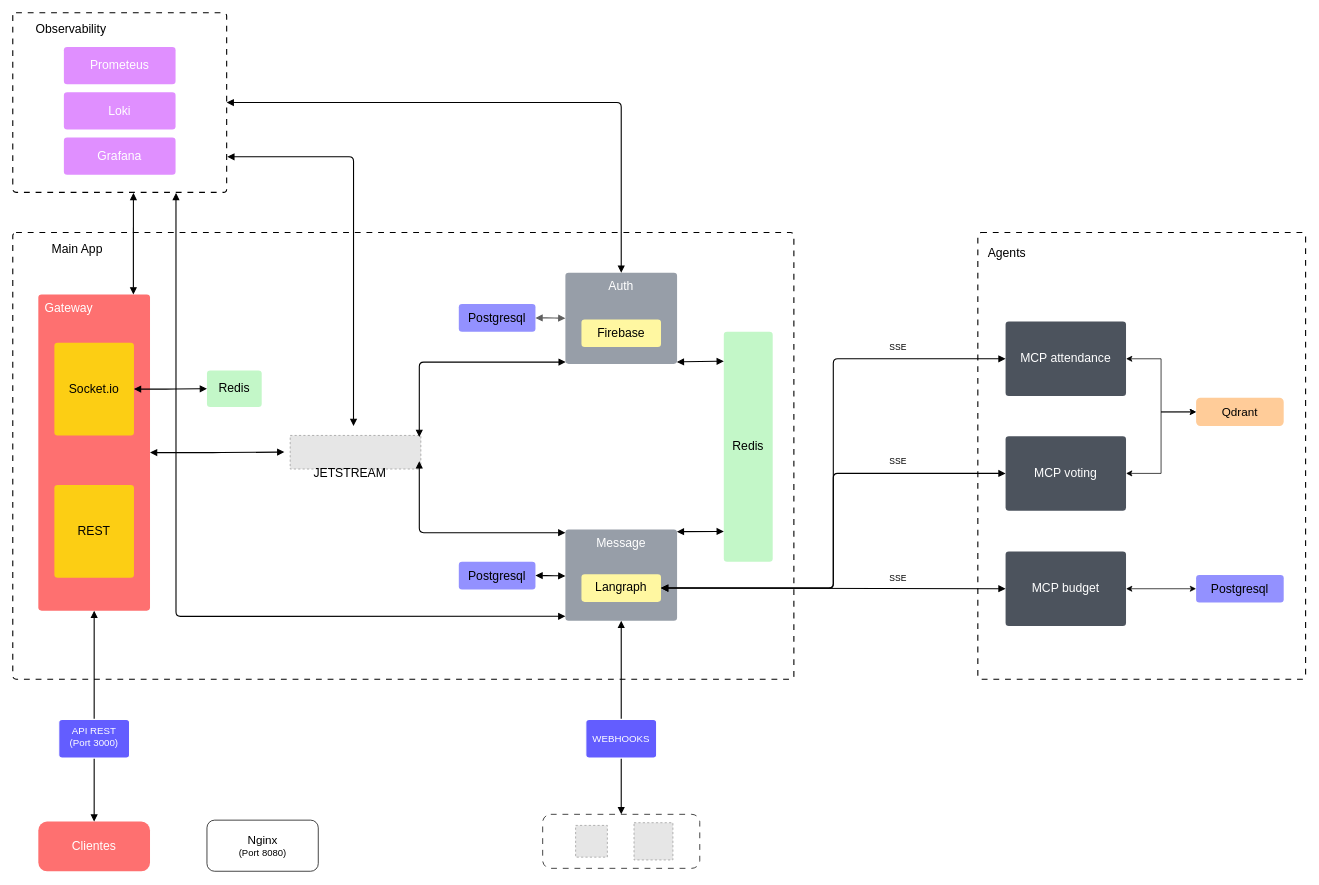
Before: others/z_arquitectura.drawio in NahumFGz/tesismaestriauni-launcher, a draw.io diagram. Source tidied: cells renumbered, new cells numbered last; positions are measured from the earlier drawing's top-left corner, leaving out a move shared by most shapes. Both pictures are drawn from the tidied source at 73%, with x=0, y=0 at pixel (12, 12). Pictures stored in the file or linked from it are replaced by grey dashed boxes.
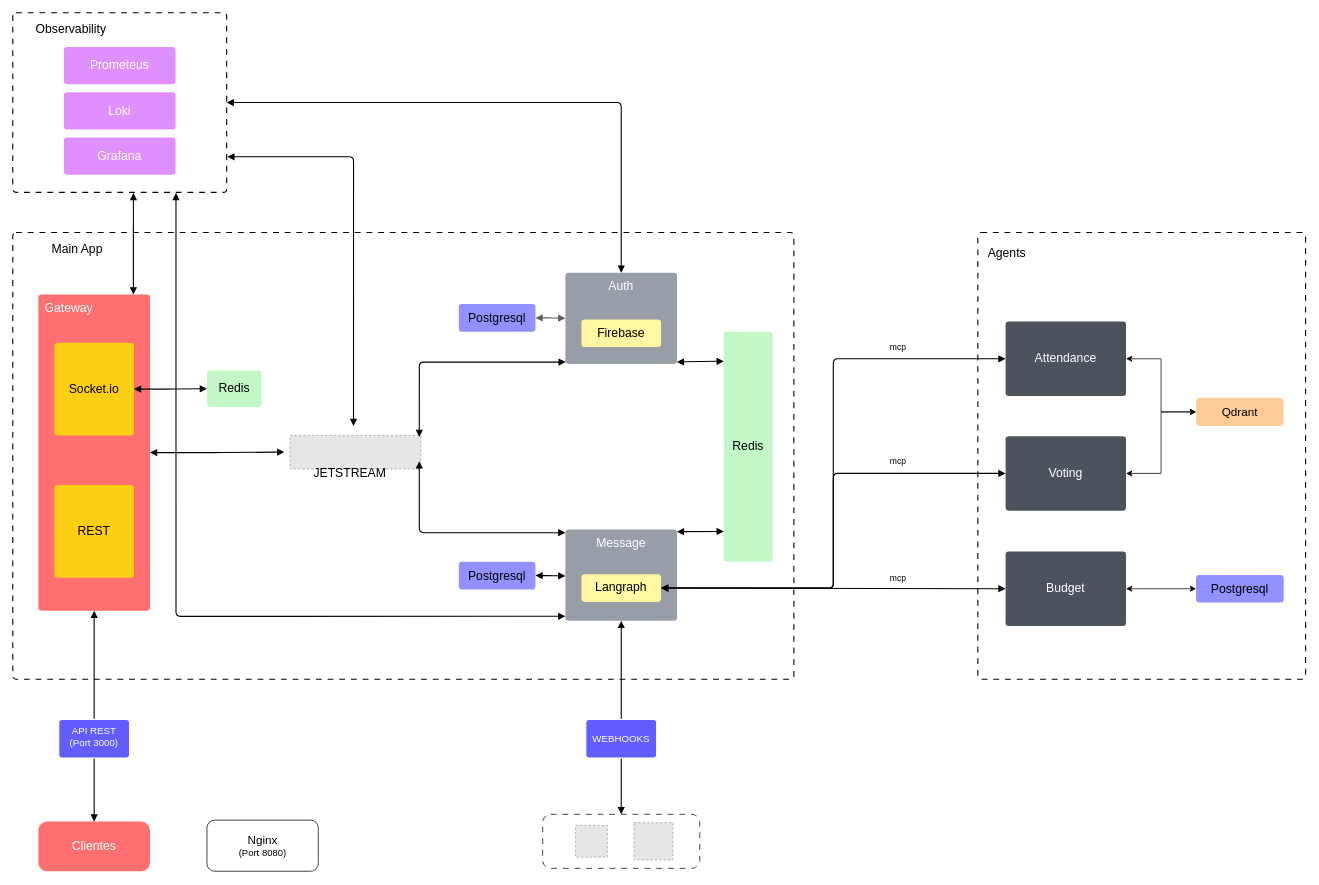
The same diagram, later.

Commit message (it also covers changes not shown here):
feat: :zap: Actualización de arquitectura

Diff of the diagram source:
```diff
@@
-    <mxCell id="32" value="MCP voting" style="html=1;overflow=block;blockSpacing=1;whiteSpace=wrap;fontSize=16.7;fontColor=#ffffff;fontStyle=0;align=center;spacing=9;strokeOpacity=0;fillOpacity=100;rounded=1;absoluteArcSize=1;arcSize=9;fillColor=#4c535d;strokeWidth=1.5;lucidId=AWLcgVHqaEJb;" parent="1" vertex="1">
+    <mxCell id="32" value="Voting" style="html=1;overflow=block;blockSpacing=1;whiteSpace=wrap;fontSize=16.7;fontColor=#ffffff;fontStyle=0;align=center;spacing=9;strokeOpacity=0;fillOpacity=100;rounded=1;absoluteArcSize=1;arcSize=9;fillColor=#4c535d;strokeWidth=1.5;lucidId=AWLcgVHqaEJb;" parent="1" vertex="1">
       <mxGeometry x="1360" y="580" width="165" height="102" as="geometry" />
     </mxCell>
@@
-    <mxCell id="34" value="MCP budget" style="html=1;overflow=block;blockSpacing=1;whiteSpace=wrap;fontSize=16.7;fontColor=#ffffff;fontStyle=0;align=center;spacing=9;strokeOpacity=0;fillOpacity=100;rounded=1;absoluteArcSize=1;arcSize=9;fillColor=#4c535d;strokeWidth=1.5;lucidId=kXLc-Uf29qqT;" parent="1" vertex="1">
+    <mxCell id="34" value="Budget" style="html=1;overflow=block;blockSpacing=1;whiteSpace=wrap;fontSize=16.7;fontColor=#ffffff;fontStyle=0;align=center;spacing=9;strokeOpacity=0;fillOpacity=100;rounded=1;absoluteArcSize=1;arcSize=9;fillColor=#4c535d;strokeWidth=1.5;lucidId=kXLc-Uf29qqT;" parent="1" vertex="1">
       <mxGeometry x="1360" y="738" width="165" height="102" as="geometry" />
     </mxCell>
@@
-    <mxCell id="36" value="MCP attendance" style="html=1;overflow=block;blockSpacing=1;whiteSpace=wrap;fontSize=16.7;fontColor=#ffffff;fontStyle=0;align=center;spacing=9;strokeOpacity=0;fillOpacity=100;rounded=1;absoluteArcSize=1;arcSize=9;fillColor=#4c535d;strokeWidth=1.5;lucidId=NZLcRJQl1mac;" parent="1" vertex="1">
+    <mxCell id="36" value="Attendance" style="html=1;overflow=block;blockSpacing=1;whiteSpace=wrap;fontSize=16.7;fontColor=#ffffff;fontStyle=0;align=center;spacing=9;strokeOpacity=0;fillOpacity=100;rounded=1;absoluteArcSize=1;arcSize=9;fillColor=#4c535d;strokeWidth=1.5;lucidId=NZLcRJQl1mac;" parent="1" vertex="1">
       <mxGeometry x="1360" y="423" width="165" height="102" as="geometry" />
     </mxCell>
@@
-    <mxCell id="40" value="SSE" style="html=1;overflow=block;blockSpacing=1;whiteSpace=wrap;fontSize=11.7;align=center;spacing=0;strokeOpacity=100;fillOpacity=100;rounded=1;absoluteArcSize=1;arcSize=9;fillColor=#ffffff;strokeWidth=1.5;strokeColor=none;lucidId=5X5cWgnG83J8;fontStyle=0;" parent="1" vertex="1">
+    <mxCell id="40" value="mcp" style="html=1;overflow=block;blockSpacing=1;whiteSpace=wrap;fontSize=11.7;align=center;spacing=0;strokeOpacity=100;fillOpacity=100;rounded=1;absoluteArcSize=1;arcSize=9;fillColor=#ffffff;strokeWidth=1.5;strokeColor=none;lucidId=5X5cWgnG83J8;fontStyle=0;" parent="1" vertex="1">
       <mxGeometry x="1164" y="763" width="98" height="23" as="geometry" />
     </mxCell>
@@
-    <mxCell id="42" value="SSE" style="html=1;overflow=block;blockSpacing=1;whiteSpace=wrap;fontSize=11.7;align=center;spacing=0;strokeOpacity=100;fillOpacity=100;rounded=1;absoluteArcSize=1;arcSize=9;fillColor=#ffffff;strokeWidth=1.5;strokeColor=none;lucidId=d17c8kyNsL7X;fontStyle=0;" parent="1" vertex="1">
+    <mxCell id="42" value="mcp" style="html=1;overflow=block;blockSpacing=1;whiteSpace=wrap;fontSize=11.7;align=center;spacing=0;strokeOpacity=100;fillOpacity=100;rounded=1;absoluteArcSize=1;arcSize=9;fillColor=#ffffff;strokeWidth=1.5;strokeColor=none;lucidId=d17c8kyNsL7X;fontStyle=0;" parent="1" vertex="1">
       <mxGeometry x="1164" y="602" width="98" height="23" as="geometry" />
     </mxCell>
-    <mxCell id="43" value="SSE" style="html=1;overflow=block;blockSpacing=1;whiteSpace=wrap;fontSize=11.7;align=center;spacing=0;strokeOpacity=100;fillOpacity=100;rounded=1;absoluteArcSize=1;arcSize=9;fillColor=#ffffff;strokeWidth=1.5;strokeColor=none;lucidId=h17cfTDgVhFU;fontStyle=0;" parent="1" vertex="1">
+    <mxCell id="43" value="mcp" style="html=1;overflow=block;blockSpacing=1;whiteSpace=wrap;fontSize=11.7;align=center;spacing=0;strokeOpacity=100;fillOpacity=100;rounded=1;absoluteArcSize=1;arcSize=9;fillColor=#ffffff;strokeWidth=1.5;strokeColor=none;lucidId=h17cfTDgVhFU;fontStyle=0;" parent="1" vertex="1">
       <mxGeometry x="1164" y="446" width="98" height="23" as="geometry" />
     </mxCell>
```
